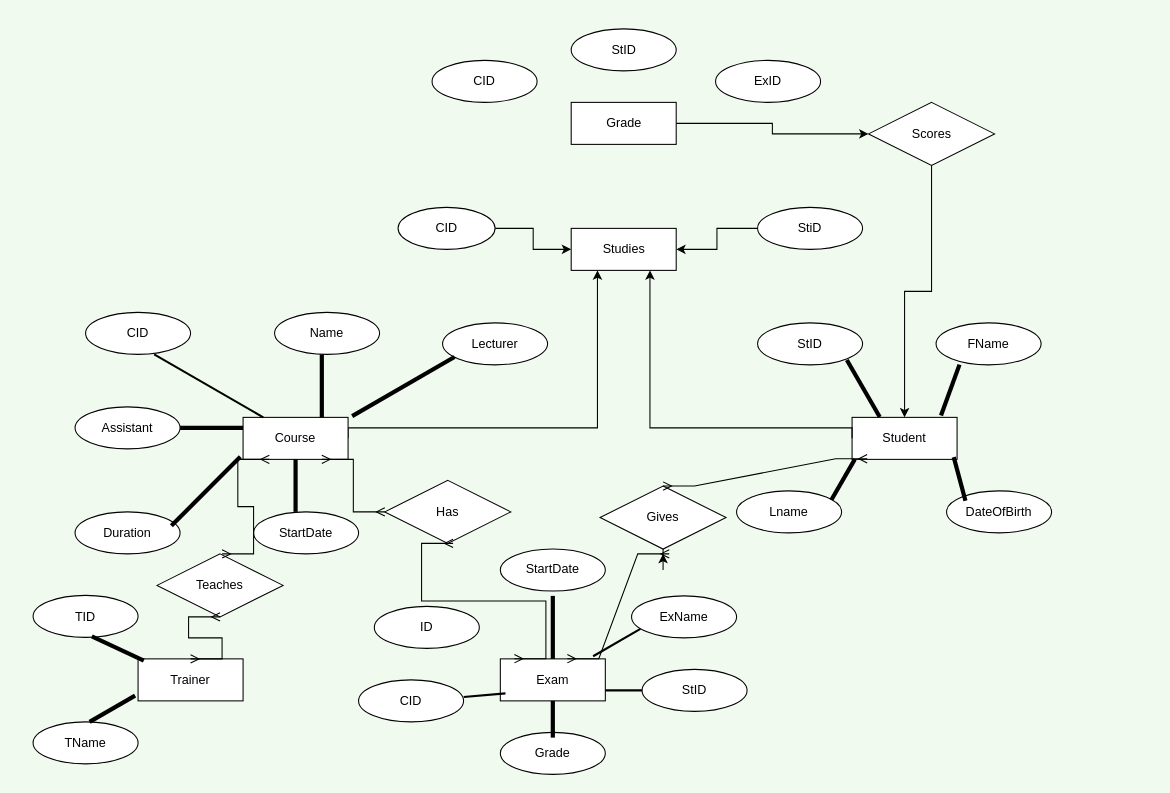
Before: Untitled Diagram.drawio in Sirrafail/Spira, a draw.io diagram. Source tidied: cells renumbered, new cells numbered last; positions are measured from the earlier drawing's top-left corner, leaving out a move shared by most shapes. Both pictures are drawn from the tidied source at 105%, with x=0, y=0 at pixel (33, 28).
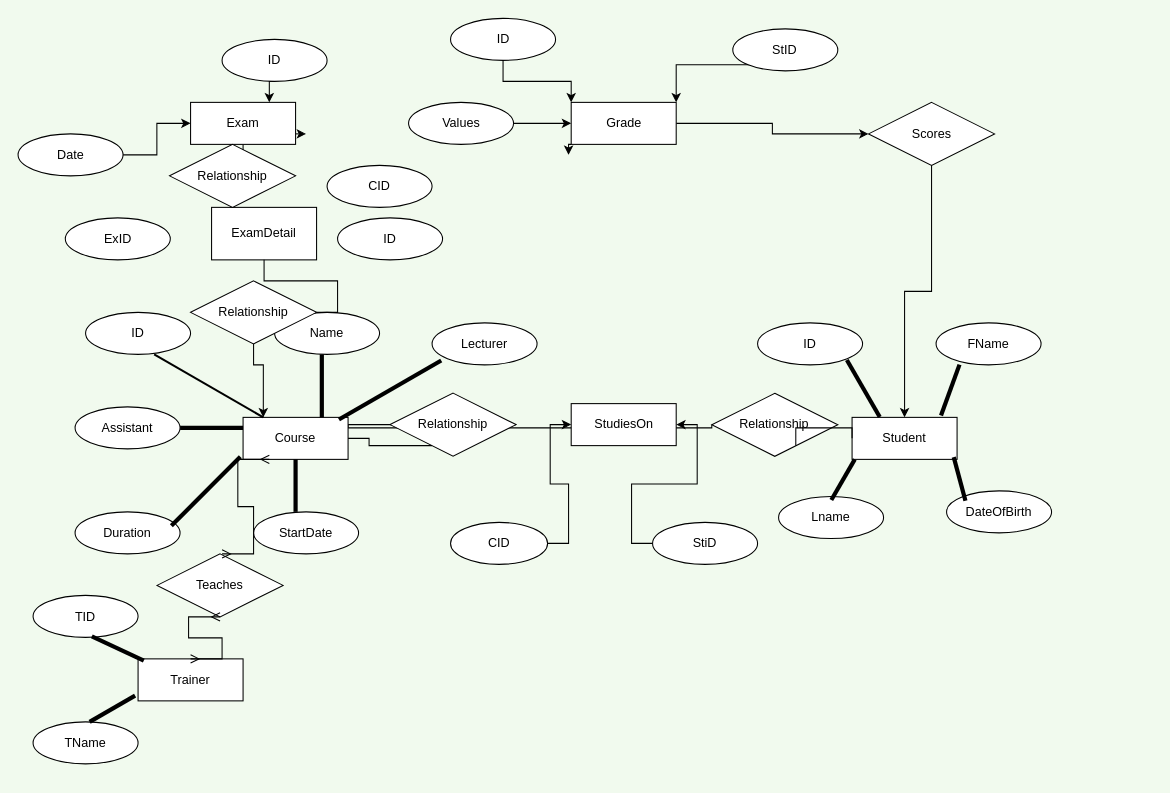
The same page after the edit.

The change refers to these unchanged cells:
```xml
<mxCell id="3" value="Course" style="whiteSpace=wrap;html=1;align=center;" parent="1" vertex="1">
  <mxGeometry x="200" y="370" width="100" height="40" as="geometry" />
</mxCell>
<mxCell id="4" value="Student" style="whiteSpace=wrap;html=1;align=center;" parent="1" vertex="1">
  <mxGeometry x="780" y="370" width="100" height="40" as="geometry" />
</mxCell>
<mxCell id="15" style="line;strokeWidth=2;html=1;rotation=30;" parent="1" vertex="1">
  <mxGeometry x="107.3" y="310" width="120" height="60" as="geometry" />
</mxCell>
<mxCell id="53" value="Grade" style="whiteSpace=wrap;html=1;align=center;" parent="1" vertex="1">
  <mxGeometry x="512.5" y="70" width="100" height="40" as="geometry" />
</mxCell>
```

Diff of the diagram source:
```diff
@@
-    <mxCell id="2" style="edgeStyle=orthogonalEdgeStyle;rounded=0;jettySize=auto;html=1;exitX=1;exitY=0.5;exitDx=0;exitDy=0;entryX=0.25;entryY=1;entryDx=0;entryDy=0;" parent="1" edge="1" source="3" target="58">
+    <mxCell id="2" style="edgeStyle=orthogonalEdgeStyle;rounded=0;jettySize=auto;html=1;exitX=1;exitY=0.5;exitDx=0;exitDy=0;entryX=0.25;entryY=1;entryDx=0;entryDy=0;startArrow=none;" parent="1" edge="1" source="77" target="58">
       <mxGeometry relative="1" as="geometry">
         <Array as="points">
           <mxPoint x="300" y="380" />
           <mxPoint x="538" y="380" />
         </Array>
       </mxGeometry>
     </mxCell>
@@
-    <mxCell id="5" value="CID" style="ellipse;whiteSpace=wrap;html=1;align=center;" parent="1" vertex="1">
+    <mxCell id="5" value="ID" style="ellipse;whiteSpace=wrap;html=1;align=center;" parent="1" vertex="1">
       <mxGeometry x="50" y="270" width="100" height="40" as="geometry" />
     </mxCell>
@@
     <mxCell id="10" value="Lecturer" style="ellipse;whiteSpace=wrap;html=1;align=center;" parent="1" vertex="1">
-      <mxGeometry x="390" y="280" width="100" height="40" as="geometry" />
+      <mxGeometry x="380" y="280" width="100" height="40" as="geometry" />
     </mxCell>
     <mxCell id="11" value="Lname" style="ellipse;whiteSpace=wrap;html=1;align=center;" parent="1" vertex="1">
-      <mxGeometry x="670" y="440" width="100" height="40" as="geometry" />
+      <mxGeometry x="710" y="445.4" width="100" height="40" as="geometry" />
     </mxCell>
@@
-    <mxCell id="14" value="StID" style="ellipse;whiteSpace=wrap;html=1;align=center;" parent="1" vertex="1">
+    <mxCell id="14" value="ID" style="ellipse;whiteSpace=wrap;html=1;align=center;" parent="1" vertex="1">
       <mxGeometry x="690" y="280" width="100" height="40" as="geometry" />
     </mxCell>
@@
     <mxCell id="20" style="line;strokeWidth=4;direction=south;html=1;perimeter=backbonePerimeter;rotation=60;" parent="1" vertex="1">
-      <mxGeometry x="347.6" y="284.4" width="10" height="112.5" as="geometry" />
+      <mxGeometry x="335" y="287.7" width="10" height="112.5" as="geometry" />
     </mxCell>
@@
-    <mxCell id="25" style="edgeStyle=orthogonalEdgeStyle;rounded=0;jettySize=auto;html=1;exitX=0;exitY=0.5;exitDx=0;exitDy=0;entryX=0.75;entryY=1;entryDx=0;entryDy=0;" parent="1" edge="1" source="4" target="58">
+    <mxCell id="25" style="edgeStyle=orthogonalEdgeStyle;rounded=0;jettySize=auto;html=1;exitX=0;exitY=0.5;exitDx=0;exitDy=0;entryX=0.75;entryY=1;entryDx=0;entryDy=0;startArrow=none;" parent="1" edge="1" source="79" target="58">
       <mxGeometry relative="1" as="geometry">
         <Array as="points">
-          <mxPoint x="780" y="380" />
           <mxPoint x="588" y="380" />
         </Array>
       </mxGeometry>
     </mxCell>
+    <mxCell id="65" style="edgeStyle=orthogonalEdgeStyle;rounded=0;jettySize=auto;html=1;exitX=0.5;exitY=1;exitDx=0;exitDy=0;entryX=0.178;entryY=-0.075;entryDx=0;entryDy=0;entryPerimeter=0;" parent="1" edge="1" source="26" target="76">
+      <mxGeometry relative="1" as="geometry" />
+    </mxCell>
+    <mxCell id="66" style="edgeStyle=orthogonalEdgeStyle;rounded=0;jettySize=auto;html=1;exitX=1;exitY=0.75;exitDx=0;exitDy=0;" parent="1" edge="1" source="26">
+      <mxGeometry relative="1" as="geometry">
+        <mxPoint x="260" y="100" as="targetPoint" />
+      </mxGeometry>
+    </mxCell>
     <mxCell id="26" value="Exam" style="whiteSpace=wrap;html=1;align=center;" parent="1" vertex="1">
-      <mxGeometry x="445" y="600" width="100" height="40" as="geometry" />
+      <mxGeometry x="150" y="70" width="100" height="40" as="geometry" />
     </mxCell>
-    <mxCell id="27" value="ExName" style="ellipse;whiteSpace=wrap;html=1;align=center;" parent="1" vertex="1">
-      <mxGeometry x="570" y="540" width="100" height="40" as="geometry" />
-    </mxCell>
-    <mxCell id="28" value="CID" style="ellipse;whiteSpace=wrap;html=1;align=center;" parent="1" vertex="1">
-      <mxGeometry x="310" y="620" width="100" height="40" as="geometry" />
-    </mxCell>
-    <mxCell id="29" value="StID" style="ellipse;whiteSpace=wrap;html=1;align=center;" parent="1" vertex="1">
-      <mxGeometry x="580" y="610" width="100" height="40" as="geometry" />
-    </mxCell>
-    <mxCell id="30" value="Grade" style="ellipse;whiteSpace=wrap;html=1;align=center;" parent="1" vertex="1">
-      <mxGeometry x="445" y="670" width="100" height="40" as="geometry" />
-    </mxCell>
-    <mxCell id="31" value="Has" style="shape=rhombus;perimeter=rhombusPerimeter;whiteSpace=wrap;html=1;align=center;" parent="1" vertex="1">
-      <mxGeometry x="335" y="430" width="120" height="60" as="geometry" />
-    </mxCell>
-    <mxCell id="32" style="edgeStyle=orthogonalEdgeStyle;rounded=0;jettySize=auto;html=1;" parent="1" edge="1" source="33">
-      <mxGeometry relative="1" as="geometry">
-        <mxPoint x="600" y="500" as="targetPoint" />
-      </mxGeometry>
-    </mxCell>
-    <mxCell id="33" value="Gives" style="shape=rhombus;perimeter=rhombusPerimeter;whiteSpace=wrap;html=1;align=center;" parent="1" vertex="1">
-      <mxGeometry x="540" y="435.4" width="120" height="60" as="geometry" />
-    </mxCell>
-    <mxCell id="34" style="line;strokeWidth=2;html=1;direction=south;rotation=85;" parent="1" vertex="1">
-      <mxGeometry x="425" y="614.6" width="10" height="40" as="geometry" />
-    </mxCell>
-    <mxCell id="35" style="line;strokeWidth=2;html=1;" parent="1" vertex="1">
-      <mxGeometry x="545" y="625" width="35" height="10" as="geometry" />
-    </mxCell>
-    <mxCell id="36" style="line;strokeWidth=4;direction=south;html=1;perimeter=backbonePerimeter;" parent="1" vertex="1">
-      <mxGeometry x="490" y="640" width="10" height="35" as="geometry" />
-    </mxCell>
-    <mxCell id="37" style="line;strokeWidth=2;html=1;rotation=-30;" parent="1" vertex="1">
-      <mxGeometry x="529.9" y="579.5" width="52" height="10" as="geometry" />
-    </mxCell>
-    <mxCell id="38" value="StartDate" style="ellipse;whiteSpace=wrap;html=1;align=center;" parent="1" vertex="1">
-      <mxGeometry x="445" y="495.4" width="100" height="40" as="geometry" />
-    </mxCell>
-    <mxCell id="39" style="line;strokeWidth=4;direction=south;html=1;perimeter=backbonePerimeter;" parent="1" vertex="1">
-      <mxGeometry x="490" y="540" width="10" height="60" as="geometry" />
-    </mxCell>
-    <mxCell id="40" style="edgeStyle=entityRelationEdgeStyle;fontSize=12;html=1;endArrow=ERmany;startArrow=ERmany;rounded=0;exitX=0.134;exitY=-0.005;exitDx=0;exitDy=0;exitPerimeter=0;" parent="1" edge="1" source="26">
-      <mxGeometry relative="1" as="geometry">
-        <mxPoint x="400" y="490" as="targetPoint" />
-      </mxGeometry>
-    </mxCell>
-    <mxCell id="41" style="edgeStyle=entityRelationEdgeStyle;fontSize=12;html=1;endArrow=ERmany;startArrow=ERmany;rounded=0;exitX=0.75;exitY=1;exitDx=0;exitDy=0;" parent="1" edge="1" source="3" target="31">
-      <mxGeometry relative="1" as="geometry" />
-    </mxCell>
-    <mxCell id="42" style="edgeStyle=entityRelationEdgeStyle;fontSize=12;html=1;endArrow=ERmany;startArrow=ERmany;rounded=0;entryX=0.144;entryY=0.985;entryDx=0;entryDy=0;entryPerimeter=0;" parent="1" edge="1" target="4">
-      <mxGeometry relative="1" as="geometry">
-        <mxPoint x="600" y="435.4" as="sourcePoint" />
-      </mxGeometry>
-    </mxCell>
-    <mxCell id="43" style="edgeStyle=entityRelationEdgeStyle;fontSize=12;html=1;endArrow=ERmany;startArrow=ERmany;rounded=0;exitX=0.638;exitY=-0.005;exitDx=0;exitDy=0;exitPerimeter=0;" parent="1" edge="1" source="26">
-      <mxGeometry relative="1" as="geometry">
-        <mxPoint x="605.9" y="500" as="targetPoint" />
-      </mxGeometry>
-    </mxCell>
@@
+    <mxCell id="67" style="edgeStyle=orthogonalEdgeStyle;rounded=0;jettySize=auto;html=1;exitX=0;exitY=1;exitDx=0;exitDy=0;" parent="1" edge="1" source="53">
+      <mxGeometry relative="1" as="geometry">
+        <mxPoint x="510" y="120" as="targetPoint" />
+      </mxGeometry>
+    </mxCell>
@@
-    <mxCell id="54" value="CID" style="ellipse;whiteSpace=wrap;html=1;align=center;" parent="1" vertex="1">
-      <mxGeometry x="380" y="30" width="100" height="40" as="geometry" />
-    </mxCell>
+    <mxCell id="68" style="edgeStyle=orthogonalEdgeStyle;rounded=0;jettySize=auto;html=1;exitX=1;exitY=1;exitDx=0;exitDy=0;entryX=1;entryY=0;entryDx=0;entryDy=0;" parent="1" edge="1" source="55" target="53">
+      <mxGeometry relative="1" as="geometry" />
+    </mxCell>
     <mxCell id="55" value="StID" style="ellipse;whiteSpace=wrap;html=1;align=center;" parent="1" vertex="1">
-      <mxGeometry x="512.5" width="100" height="40" as="geometry" />
+      <mxGeometry x="666.4" width="100" height="40" as="geometry" />
     </mxCell>
-    <mxCell id="56" value="ID" style="ellipse;whiteSpace=wrap;html=1;align=center;" parent="1" vertex="1">
-      <mxGeometry x="325" y="550" width="100" height="40" as="geometry" />
-    </mxCell>
+    <mxCell id="69" style="edgeStyle=orthogonalEdgeStyle;rounded=0;jettySize=auto;html=1;exitX=0.5;exitY=1;exitDx=0;exitDy=0;entryX=0;entryY=0;entryDx=0;entryDy=0;" parent="1" edge="1" source="57" target="53">
+      <mxGeometry relative="1" as="geometry" />
+    </mxCell>
-    <mxCell id="57" value="ExID" style="ellipse;whiteSpace=wrap;html=1;align=center;" parent="1" vertex="1">
-      <mxGeometry x="650" y="30" width="100" height="40" as="geometry" />
+    <mxCell id="57" value="ID" style="ellipse;whiteSpace=wrap;html=1;align=center;" parent="1" vertex="1">
+      <mxGeometry x="397.6" y="-10" width="100" height="40" as="geometry" />
     </mxCell>
-    <mxCell id="58" value="Studies" style="whiteSpace=wrap;html=1;align=center;" parent="1" vertex="1">
-      <mxGeometry x="512.5" y="190" width="100" height="40" as="geometry" />
+    <mxCell id="58" value="StudiesOn" style="whiteSpace=wrap;html=1;align=center;" parent="1" vertex="1">
+      <mxGeometry x="512.5" y="356.9" width="100" height="40" as="geometry" />
     </mxCell>
@@
     <mxCell id="60" value="CID" style="ellipse;whiteSpace=wrap;html=1;align=center;" parent="1" vertex="1">
-      <mxGeometry x="347.6" y="170" width="92.4" height="40" as="geometry" />
+      <mxGeometry x="397.6" y="470" width="92.4" height="40" as="geometry" />
     </mxCell>
@@
     <mxCell id="62" value="StiD" style="ellipse;whiteSpace=wrap;html=1;align=center;" parent="1" vertex="1">
-      <mxGeometry x="690" y="170" width="100" height="40" as="geometry" />
+      <mxGeometry x="590" y="470" width="100" height="40" as="geometry" />
     </mxCell>
@@
+    <mxCell id="70" style="edgeStyle=orthogonalEdgeStyle;rounded=0;jettySize=auto;html=1;exitX=0.5;exitY=1;exitDx=0;exitDy=0;entryX=0.75;entryY=0;entryDx=0;entryDy=0;" parent="1" edge="1" source="56" target="26">
+      <mxGeometry relative="1" as="geometry" />
+    </mxCell>
+    <mxCell id="56" value="ID" style="ellipse;whiteSpace=wrap;html=1;align=center;" parent="1" vertex="1">
+      <mxGeometry x="180" y="10" width="100" height="40" as="geometry" />
+    </mxCell>
+    <mxCell id="71" style="edgeStyle=orthogonalEdgeStyle;rounded=0;jettySize=auto;html=1;exitX=1;exitY=0.5;exitDx=0;exitDy=0;" parent="1" edge="1" source="72" target="26">
+      <mxGeometry relative="1" as="geometry" />
+    </mxCell>
+    <mxCell id="72" value="Date" style="ellipse;whiteSpace=wrap;html=1;align=center;" parent="1" vertex="1">
+      <mxGeometry x="-14.3" y="100" width="100" height="40" as="geometry" />
+    </mxCell>
+    <mxCell id="73" style="edgeStyle=orthogonalEdgeStyle;rounded=0;jettySize=auto;html=1;exitX=1;exitY=0.5;exitDx=0;exitDy=0;entryX=0;entryY=0.5;entryDx=0;entryDy=0;" parent="1" edge="1" source="74" target="53">
+      <mxGeometry relative="1" as="geometry" />
+    </mxCell>
+    <mxCell id="74" value="Values" style="ellipse;whiteSpace=wrap;html=1;align=center;" parent="1" vertex="1">
+      <mxGeometry x="357.6" y="70" width="100" height="40" as="geometry" />
+    </mxCell>
+    <mxCell id="75" style="edgeStyle=orthogonalEdgeStyle;rounded=0;jettySize=auto;html=1;exitX=0.5;exitY=1;exitDx=0;exitDy=0;entryX=1;entryY=0.5;entryDx=0;entryDy=0;entryPerimeter=0;startArrow=none;" parent="1" edge="1" source="81" target="15">
+      <mxGeometry relative="1" as="geometry" />
+    </mxCell>
+    <mxCell id="76" value="ExamDetail&lt;br&gt;" style="whiteSpace=wrap;html=1;align=center;" parent="1" vertex="1">
+      <mxGeometry x="170" y="170" width="100" height="50" as="geometry" />
+    </mxCell>
+    <mxCell id="77" value="Relationship" style="shape=rhombus;perimeter=rhombusPerimeter;whiteSpace=wrap;html=1;align=center;" parent="1" vertex="1">
+      <mxGeometry x="340" y="346.9" width="120" height="60" as="geometry" />
+    </mxCell>
+    <mxCell id="78" style="edgeStyle=orthogonalEdgeStyle;rounded=0;jettySize=auto;html=1;exitX=1;exitY=0.5;exitDx=0;exitDy=0;entryX=0.25;entryY=1;entryDx=0;entryDy=0;endArrow=none;" parent="1" edge="1" source="3" target="77">
+      <mxGeometry relative="1" as="geometry" />
+    </mxCell>
+    <mxCell id="79" value="Relationship" style="shape=rhombus;perimeter=rhombusPerimeter;whiteSpace=wrap;html=1;align=center;" parent="1" vertex="1">
+      <mxGeometry x="646.4" y="347.1" width="120" height="60" as="geometry" />
+    </mxCell>
+    <mxCell id="80" style="edgeStyle=orthogonalEdgeStyle;rounded=0;jettySize=auto;html=1;exitX=0;exitY=0.5;exitDx=0;exitDy=0;entryX=0.75;entryY=1;entryDx=0;entryDy=0;endArrow=none;" parent="1" edge="1" source="4" target="79">
+      <mxGeometry relative="1" as="geometry">
+        <Array as="points">
+          <mxPoint x="780" y="380" />
+        </Array>
+      </mxGeometry>
+    </mxCell>
+    <mxCell id="81" value="Relationship" style="shape=rhombus;perimeter=rhombusPerimeter;whiteSpace=wrap;html=1;align=center;" parent="1" vertex="1">
+      <mxGeometry x="150" y="240" width="120" height="60" as="geometry" />
+    </mxCell>
+    <mxCell id="82" style="edgeStyle=orthogonalEdgeStyle;rounded=0;jettySize=auto;html=1;exitX=0.5;exitY=1;exitDx=0;exitDy=0;entryX=1;entryY=0.5;entryDx=0;entryDy=0;entryPerimeter=0;endArrow=none;" parent="1" edge="1" source="76" target="81">
+      <mxGeometry relative="1" as="geometry" />
+    </mxCell>
+    <mxCell id="83" value="Relationship" style="shape=rhombus;perimeter=rhombusPerimeter;whiteSpace=wrap;html=1;align=center;" parent="1" vertex="1">
+      <mxGeometry x="130" y="110" width="120" height="60" as="geometry" />
+    </mxCell>
+    <mxCell id="84" value="ExID" style="ellipse;whiteSpace=wrap;html=1;align=center;" parent="1" vertex="1">
+      <mxGeometry x="30.7" y="180" width="100" height="40" as="geometry" />
+    </mxCell>
+    <mxCell id="85" value="CID" style="ellipse;whiteSpace=wrap;html=1;align=center;" parent="1" vertex="1">
+      <mxGeometry x="280" y="130" width="100" height="40" as="geometry" />
+    </mxCell>
+    <mxCell id="86" value="ID&lt;br&gt;" style="ellipse;whiteSpace=wrap;html=1;align=center;" parent="1" vertex="1">
+      <mxGeometry x="290" y="180" width="100" height="40" as="geometry" />
+    </mxCell>
```
